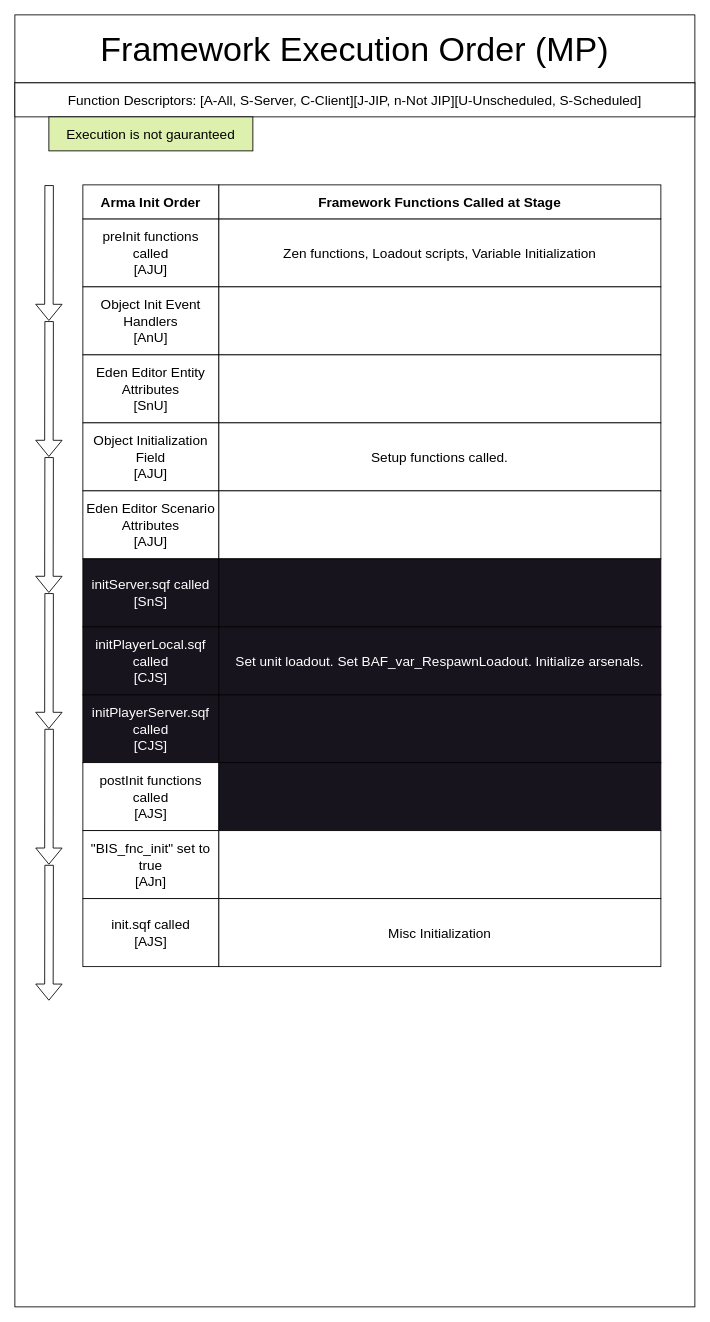
This is .notes/diagrams/FrameworkExecutionOrder.drawio from BAXENdev/BAF, a draw.io file, before an edit. Source tidied: cells renumbered, new cells numbered last; positions are measured from the earlier drawing's top-left corner, leaving out a move shared by most shapes. Both pictures are drawn from the tidied source at 85%, with x=0, y=0 at pixel (14, 14).
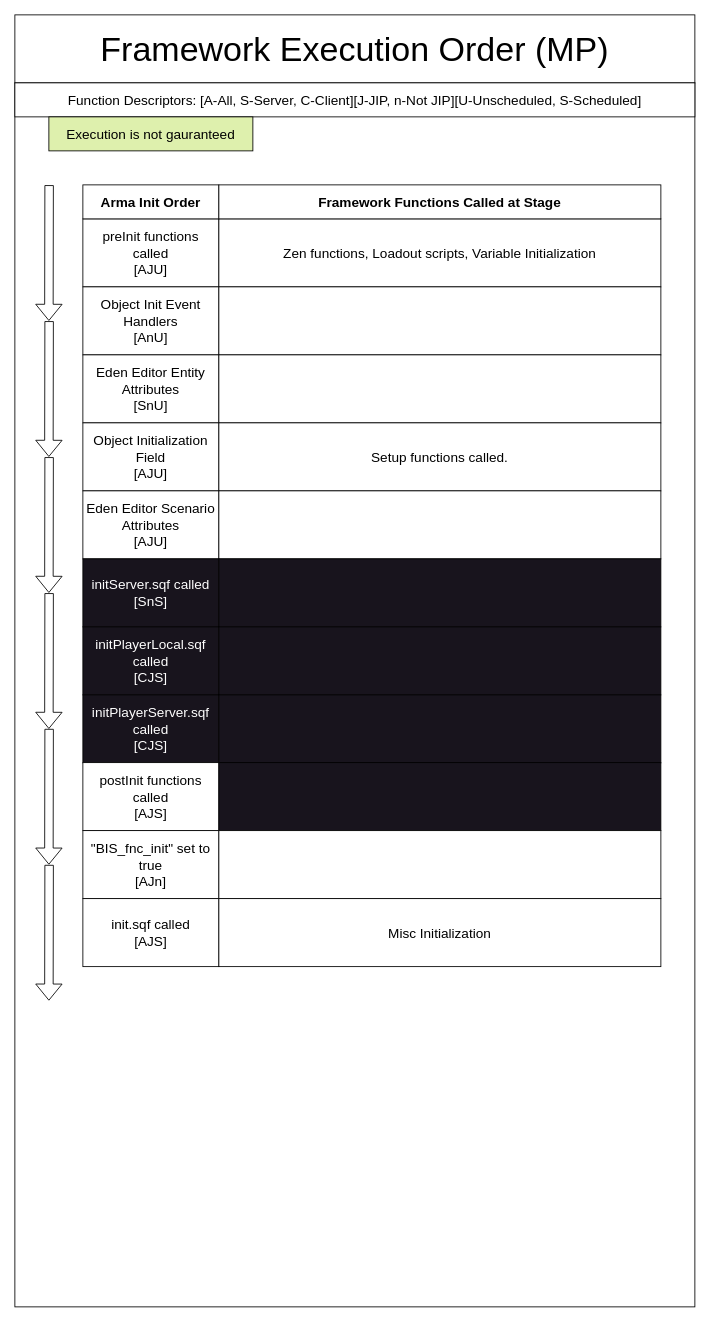
After the change.

Change to the diagram source:
```diff
@@
-    <mxCell id="21" value="Set unit loadout. Set BAF_var_RespawnLoadout. Initialize arsenals." style="rounded=0;whiteSpace=wrap;html=1;fillStyle=auto;fontSize=16;fillColor=#18141D;fontColor=#FFFFFF;" parent="1" vertex="1">
+    <mxCell id="21" style="rounded=0;whiteSpace=wrap;html=1;fillStyle=auto;fontSize=16;fillColor=#18141D;fontColor=#FFFFFF;" parent="1" vertex="1">
       <mxGeometry x="240" y="720" width="520" height="80" as="geometry" />
     </mxCell>
```
